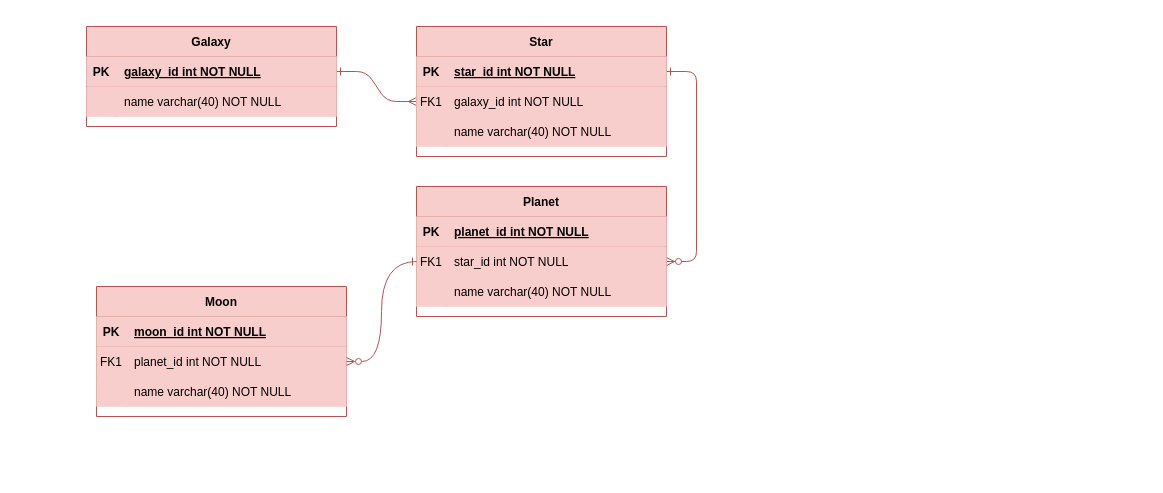
Above: Untitled Diagram.drawio in lrnewsom/learn-celestial-bodies-database (draw.io), before the change. Source tidied: cells renumbered, new cells numbered last; positions are measured from the earlier drawing's top-left corner, leaving out a move shared by most shapes. Both pictures are drawn from the tidied source at 100%, with x=0, y=0 at pixel (86, 26).
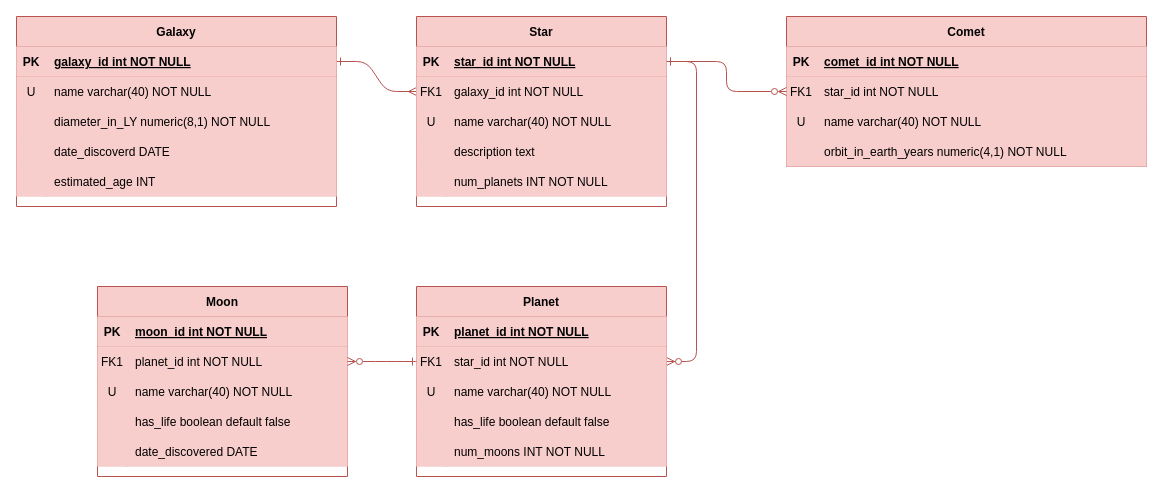
The same diagram, later.

The change refers to these unchanged cells:
```xml
<mxCell id="5" style="shape=partialRectangle;points=[[0,0.5],[1,0.5]];portConstraint=eastwest;top=0;left=0;right=0;bottom=1;fillColor=#f8cecc;strokeColor=#b85450;" parent="4" vertex="1">
  <mxGeometry y="30" width="250" height="30" as="geometry" />
</mxCell>
<mxCell id="11" style="shape=partialRectangle;top=0;left=0;right=0;bottom=0;fillColor=#f8cecc;strokeColor=#b85450;" parent="4" vertex="1">
  <mxGeometry y="90" width="250" height="30" as="geometry" />
</mxCell>
<mxCell id="21" style="shape=partialRectangle;top=0;left=0;right=0;bottom=0;fillColor=#f8cecc;strokeColor=#b85450;" parent="14" vertex="1">
  <mxGeometry y="90" width="250" height="30" as="geometry" />
</mxCell>
<mxCell id="38" style="shape=partialRectangle;top=0;left=0;right=0;bottom=0;fillColor=#f8cecc;strokeColor=#b85450;" parent="31" vertex="1">
  <mxGeometry y="90" width="250" height="30" as="geometry" />
</mxCell>
```

What changed in the source:
```diff
@@
     <mxCell id="4" value="Star" style="shape=table;startSize=30;childLayout=tableLayout;rowLines=0;fontStyle=1;align=center;fillColor=#f8cecc;strokeColor=#b85450;" parent="1" vertex="1">
-      <mxGeometry x="330" width="250" height="130" as="geometry" />
+      <mxGeometry x="330" y="-10" width="250" height="190" as="geometry" />
     </mxCell>
@@
-    <mxCell id="12" style="shape=partialRectangle;overflow=hidden;top=0;left=0;bottom=0;right=0;fillColor=#f8cecc;strokeColor=#b85450;" parent="11" vertex="1">
+    <mxCell id="12" value="U" style="shape=partialRectangle;overflow=hidden;top=0;left=0;bottom=0;right=0;fillColor=#f8cecc;strokeColor=#b85450;" parent="11" vertex="1">
       <mxGeometry width="30" height="30" as="geometry" />
     </mxCell>
@@
+    <mxCell id="42" style="shape=partialRectangle;top=0;left=0;right=0;bottom=0;fillColor=#f8cecc;strokeColor=#b85450;" parent="4" vertex="1">
+      <mxGeometry y="120" width="250" height="30" as="geometry" />
+    </mxCell>
+    <mxCell id="43" style="shape=partialRectangle;overflow=hidden;top=0;left=0;bottom=0;right=0;fillColor=#f8cecc;strokeColor=#b85450;" parent="42" vertex="1">
+      <mxGeometry width="30" height="30" as="geometry" />
+    </mxCell>
+    <mxCell id="44" value="description text" style="shape=partialRectangle;overflow=hidden;top=0;left=0;bottom=0;right=0;align=left;spacingLeft=6;fillColor=#f8cecc;strokeColor=#b85450;" parent="42" vertex="1">
+      <mxGeometry x="30" width="220" height="30" as="geometry" />
+    </mxCell>
+    <mxCell id="45" style="shape=partialRectangle;top=0;left=0;right=0;bottom=0;fillColor=#f8cecc;strokeColor=#b85450;" parent="4" vertex="1">
+      <mxGeometry y="150" width="250" height="30" as="geometry" />
+    </mxCell>
+    <mxCell id="46" style="shape=partialRectangle;overflow=hidden;top=0;left=0;bottom=0;right=0;fillColor=#f8cecc;strokeColor=#b85450;" parent="45" vertex="1">
+      <mxGeometry width="30" height="30" as="geometry" />
+    </mxCell>
+    <mxCell id="47" value="num_planets INT NOT NULL" style="shape=partialRectangle;overflow=hidden;top=0;left=0;bottom=0;right=0;align=left;spacingLeft=6;fillColor=#f8cecc;strokeColor=#b85450;" parent="45" vertex="1">
+      <mxGeometry x="30" width="220" height="30" as="geometry" />
+    </mxCell>
     <mxCell id="14" value="Planet" style="shape=table;startSize=30;childLayout=tableLayout;rowLines=0;fontStyle=1;align=center;fillColor=#f8cecc;strokeColor=#b85450;" parent="1" vertex="1">
-      <mxGeometry x="330" y="160" width="250" height="130" as="geometry" />
+      <mxGeometry x="330" y="260" width="250" height="190" as="geometry" />
     </mxCell>
@@
-    <mxCell id="22" style="shape=partialRectangle;overflow=hidden;top=0;left=0;bottom=0;right=0;fillColor=#f8cecc;strokeColor=#b85450;" parent="21" vertex="1">
+    <mxCell id="22" value="U" style="shape=partialRectangle;overflow=hidden;top=0;left=0;bottom=0;right=0;fillColor=#f8cecc;strokeColor=#b85450;" parent="21" vertex="1">
       <mxGeometry width="30" height="30" as="geometry" />
     </mxCell>
@@
+    <mxCell id="48" style="shape=partialRectangle;top=0;left=0;right=0;bottom=0;fillColor=#f8cecc;strokeColor=#b85450;" parent="14" vertex="1">
+      <mxGeometry y="120" width="250" height="30" as="geometry" />
+    </mxCell>
+    <mxCell id="49" style="shape=partialRectangle;overflow=hidden;top=0;left=0;bottom=0;right=0;fillColor=#f8cecc;strokeColor=#b85450;" parent="48" vertex="1">
+      <mxGeometry width="30" height="30" as="geometry" />
+    </mxCell>
+    <mxCell id="50" value="has_life boolean default false" style="shape=partialRectangle;overflow=hidden;top=0;left=0;bottom=0;right=0;align=left;spacingLeft=6;fillColor=#f8cecc;strokeColor=#b85450;" parent="48" vertex="1">
+      <mxGeometry x="30" width="220" height="30" as="geometry" />
+    </mxCell>
+    <mxCell id="51" style="shape=partialRectangle;top=0;left=0;right=0;bottom=0;fillColor=#f8cecc;strokeColor=#b85450;" parent="14" vertex="1">
+      <mxGeometry y="150" width="250" height="30" as="geometry" />
+    </mxCell>
+    <mxCell id="52" style="shape=partialRectangle;overflow=hidden;top=0;left=0;bottom=0;right=0;fillColor=#f8cecc;strokeColor=#b85450;" parent="51" vertex="1">
+      <mxGeometry width="30" height="30" as="geometry" />
+    </mxCell>
+    <mxCell id="53" value="num_moons INT NOT NULL" style="shape=partialRectangle;overflow=hidden;top=0;left=0;bottom=0;right=0;align=left;spacingLeft=6;fillColor=#f8cecc;strokeColor=#b85450;" parent="51" vertex="1">
+      <mxGeometry x="30" width="220" height="30" as="geometry" />
+    </mxCell>
     <mxCell id="24" value="Galaxy" style="shape=table;startSize=30;childLayout=tableLayout;rowLines=0;fontStyle=1;align=center;fillColor=#f8cecc;strokeColor=#b85450;" parent="1" vertex="1">
-      <mxGeometry width="250" height="100" as="geometry" />
+      <mxGeometry x="-70" y="-10" width="320" height="190" as="geometry" />
     </mxCell>
     <mxCell id="25" style="shape=partialRectangle;points=[[0,0.5],[1,0.5]];portConstraint=eastwest;top=0;left=0;right=0;bottom=1;fillColor=#f8cecc;strokeColor=#b85450;" parent="24" vertex="1">
-      <mxGeometry y="30" width="250" height="30" as="geometry" />
+      <mxGeometry y="30" width="320" height="30" as="geometry" />
     </mxCell>
@@
     <mxCell id="27" value="galaxy_id int NOT NULL " style="shape=partialRectangle;overflow=hidden;top=0;left=0;bottom=0;right=0;align=left;spacingLeft=6;fontStyle=5;fillColor=#f8cecc;strokeColor=#b85450;" parent="25" vertex="1">
-      <mxGeometry x="30" width="220" height="30" as="geometry" />
+      <mxGeometry x="30" width="290" height="30" as="geometry" />
     </mxCell>
     <mxCell id="28" style="shape=partialRectangle;top=0;left=0;right=0;bottom=0;fillColor=#f8cecc;strokeColor=#b85450;" parent="24" vertex="1">
-      <mxGeometry y="60" width="250" height="30" as="geometry" />
+      <mxGeometry y="60" width="320" height="30" as="geometry" />
     </mxCell>
-    <mxCell id="29" style="shape=partialRectangle;overflow=hidden;top=0;left=0;bottom=0;right=0;fillColor=#f8cecc;strokeColor=#b85450;" parent="28" vertex="1">
+    <mxCell id="29" value="U" style="shape=partialRectangle;overflow=hidden;top=0;left=0;bottom=0;right=0;fillColor=#f8cecc;strokeColor=#b85450;" parent="28" vertex="1">
       <mxGeometry width="30" height="30" as="geometry" />
     </mxCell>
     <mxCell id="30" value="name varchar(40) NOT NULL" style="shape=partialRectangle;overflow=hidden;top=0;left=0;bottom=0;right=0;align=left;spacingLeft=6;fillColor=#f8cecc;strokeColor=#b85450;" parent="28" vertex="1">
-      <mxGeometry x="30" width="220" height="30" as="geometry" />
+      <mxGeometry x="30" width="290" height="30" as="geometry" />
     </mxCell>
+    <mxCell id="54" style="shape=partialRectangle;top=0;left=0;right=0;bottom=0;fillColor=#f8cecc;strokeColor=#b85450;" parent="24" vertex="1">
+      <mxGeometry y="90" width="320" height="30" as="geometry" />
+    </mxCell>
+    <mxCell id="55" style="shape=partialRectangle;overflow=hidden;top=0;left=0;bottom=0;right=0;fillColor=#f8cecc;strokeColor=#b85450;" parent="54" vertex="1">
+      <mxGeometry width="30" height="30" as="geometry" />
+    </mxCell>
+    <mxCell id="56" value="diameter_in_LY numeric(8,1) NOT NULL" style="shape=partialRectangle;overflow=hidden;top=0;left=0;bottom=0;right=0;align=left;spacingLeft=6;fillColor=#f8cecc;strokeColor=#b85450;" parent="54" vertex="1">
+      <mxGeometry x="30" width="290" height="30" as="geometry" />
+    </mxCell>
+    <mxCell id="57" style="shape=partialRectangle;top=0;left=0;right=0;bottom=0;fillColor=#f8cecc;strokeColor=#b85450;" parent="24" vertex="1">
+      <mxGeometry y="120" width="320" height="30" as="geometry" />
+    </mxCell>
+    <mxCell id="58" style="shape=partialRectangle;overflow=hidden;top=0;left=0;bottom=0;right=0;fillColor=#f8cecc;strokeColor=#b85450;" parent="57" vertex="1">
+      <mxGeometry width="30" height="30" as="geometry" />
+    </mxCell>
+    <mxCell id="59" value="date_discoverd DATE" style="shape=partialRectangle;overflow=hidden;top=0;left=0;bottom=0;right=0;align=left;spacingLeft=6;fillColor=#f8cecc;strokeColor=#b85450;" parent="57" vertex="1">
+      <mxGeometry x="30" width="290" height="30" as="geometry" />
+    </mxCell>
+    <mxCell id="60" style="shape=partialRectangle;top=0;left=0;right=0;bottom=0;fillColor=#f8cecc;strokeColor=#b85450;" parent="24" vertex="1">
+      <mxGeometry y="150" width="320" height="30" as="geometry" />
+    </mxCell>
+    <mxCell id="61" style="shape=partialRectangle;overflow=hidden;top=0;left=0;bottom=0;right=0;fillColor=#f8cecc;strokeColor=#b85450;" parent="60" vertex="1">
+      <mxGeometry width="30" height="30" as="geometry" />
+    </mxCell>
+    <mxCell id="62" value="estimated_age INT" style="shape=partialRectangle;overflow=hidden;top=0;left=0;bottom=0;right=0;align=left;spacingLeft=6;fillColor=#f8cecc;strokeColor=#b85450;" parent="60" vertex="1">
+      <mxGeometry x="30" width="290" height="30" as="geometry" />
+    </mxCell>
     <mxCell id="31" value="Moon" style="shape=table;startSize=30;childLayout=tableLayout;rowLines=0;fontStyle=1;align=center;fillColor=#f8cecc;strokeColor=#b85450;" parent="1" vertex="1">
-      <mxGeometry x="10" y="260" width="250" height="130" as="geometry" />
+      <mxGeometry x="11" y="260" width="250" height="190" as="geometry" />
     </mxCell>
@@
-    <mxCell id="39" style="shape=partialRectangle;overflow=hidden;top=0;left=0;bottom=0;right=0;fillColor=#f8cecc;strokeColor=#b85450;" parent="38" vertex="1">
+    <mxCell id="39" value="U" style="shape=partialRectangle;overflow=hidden;top=0;left=0;bottom=0;right=0;fillColor=#f8cecc;strokeColor=#b85450;" parent="38" vertex="1">
       <mxGeometry width="30" height="30" as="geometry" />
     </mxCell>
@@
+    <mxCell id="63" style="shape=partialRectangle;top=0;left=0;right=0;bottom=0;fillColor=#f8cecc;strokeColor=#b85450;" parent="31" vertex="1">
+      <mxGeometry y="120" width="250" height="30" as="geometry" />
+    </mxCell>
+    <mxCell id="64" style="shape=partialRectangle;overflow=hidden;top=0;left=0;bottom=0;right=0;fillColor=#f8cecc;strokeColor=#b85450;" parent="63" vertex="1">
+      <mxGeometry width="30" height="30" as="geometry" />
+    </mxCell>
+    <mxCell id="65" value="has_life boolean default false" style="shape=partialRectangle;overflow=hidden;top=0;left=0;bottom=0;right=0;align=left;spacingLeft=6;fillColor=#f8cecc;strokeColor=#b85450;" parent="63" vertex="1">
+      <mxGeometry x="30" width="220" height="30" as="geometry" />
+    </mxCell>
+    <mxCell id="66" style="shape=partialRectangle;top=0;left=0;right=0;bottom=0;fillColor=#f8cecc;strokeColor=#b85450;" parent="31" vertex="1">
+      <mxGeometry y="150" width="250" height="30" as="geometry" />
+    </mxCell>
+    <mxCell id="67" style="shape=partialRectangle;overflow=hidden;top=0;left=0;bottom=0;right=0;fillColor=#f8cecc;strokeColor=#b85450;" parent="66" vertex="1">
+      <mxGeometry width="30" height="30" as="geometry" />
+    </mxCell>
+    <mxCell id="68" value="date_discovered DATE" style="shape=partialRectangle;overflow=hidden;top=0;left=0;bottom=0;right=0;align=left;spacingLeft=6;fillColor=#f8cecc;strokeColor=#b85450;" parent="66" vertex="1">
+      <mxGeometry x="30" width="220" height="30" as="geometry" />
+    </mxCell>
@@
+    <mxCell id="69" value="Comet" style="shape=table;startSize=30;childLayout=tableLayout;rowLines=0;fontStyle=1;align=center;fillColor=#f8cecc;strokeColor=#b85450;" parent="1" vertex="1">
+      <mxGeometry x="700" y="-10" width="360" height="150" as="geometry" />
+    </mxCell>
+    <mxCell id="70" style="shape=partialRectangle;top=0;left=0;right=0;bottom=1;fillColor=#f8cecc;strokeColor=#b85450;" parent="69" vertex="1">
+      <mxGeometry y="30" width="360" height="30" as="geometry" />
+    </mxCell>
+    <mxCell id="71" value="PK" style="shape=partialRectangle;overflow=hidden;top=0;left=0;bottom=0;right=0;fontStyle=1;fillColor=#f8cecc;strokeColor=#b85450;" parent="70" vertex="1">
+      <mxGeometry width="30" height="30" as="geometry" />
+    </mxCell>
+    <mxCell id="72" value="comet_id int NOT NULL " style="shape=partialRectangle;overflow=hidden;top=0;left=0;bottom=0;right=0;align=left;spacingLeft=6;fontStyle=5;fillColor=#f8cecc;strokeColor=#b85450;" parent="70" vertex="1">
+      <mxGeometry x="30" width="330" height="30" as="geometry" />
+    </mxCell>
+    <mxCell id="73" style="shape=partialRectangle;points=[[0,0.5],[1,0.5]];portConstraint=eastwest;top=0;left=0;right=0;bottom=0;fillColor=#f8cecc;strokeColor=#b85450;" parent="69" vertex="1">
+      <mxGeometry y="60" width="360" height="30" as="geometry" />
+    </mxCell>
+    <mxCell id="74" value="FK1" style="shape=partialRectangle;overflow=hidden;top=0;left=0;bottom=0;right=0;fillColor=#f8cecc;strokeColor=#b85450;" parent="73" vertex="1">
+      <mxGeometry width="30" height="30" as="geometry" />
+    </mxCell>
+    <mxCell id="75" value="star_id int NOT NULL" style="shape=partialRectangle;overflow=hidden;top=0;left=0;bottom=0;right=0;align=left;spacingLeft=6;fillColor=#f8cecc;strokeColor=#b85450;" parent="73" vertex="1">
+      <mxGeometry x="30" width="330" height="30" as="geometry" />
+    </mxCell>
+    <mxCell id="76" style="shape=partialRectangle;top=0;left=0;right=0;bottom=0;fillColor=#f8cecc;strokeColor=#b85450;" parent="69" vertex="1">
+      <mxGeometry y="90" width="360" height="30" as="geometry" />
+    </mxCell>
+    <mxCell id="77" value="U" style="shape=partialRectangle;overflow=hidden;top=0;left=0;bottom=0;right=0;fillColor=#f8cecc;strokeColor=#b85450;" parent="76" vertex="1">
+      <mxGeometry width="30" height="30" as="geometry" />
+    </mxCell>
+    <mxCell id="78" value="name varchar(40) NOT NULL" style="shape=partialRectangle;overflow=hidden;top=0;left=0;bottom=0;right=0;align=left;spacingLeft=6;fillColor=#f8cecc;strokeColor=#b85450;" parent="76" vertex="1">
+      <mxGeometry x="30" width="330" height="30" as="geometry" />
+    </mxCell>
+    <mxCell id="79" style="shape=partialRectangle;top=0;left=0;right=0;bottom=0;fillColor=#f8cecc;strokeColor=#b85450;" parent="69" vertex="1">
+      <mxGeometry y="120" width="360" height="30" as="geometry" />
+    </mxCell>
+    <mxCell id="80" style="shape=partialRectangle;overflow=hidden;top=0;left=0;bottom=0;right=0;fillColor=#f8cecc;strokeColor=#b85450;" parent="79" vertex="1">
+      <mxGeometry width="30" height="30" as="geometry" />
+    </mxCell>
+    <mxCell id="81" value="orbit_in_earth_years numeric(4,1) NOT NULL" style="shape=partialRectangle;overflow=hidden;top=0;left=0;bottom=0;right=0;align=left;spacingLeft=6;fillColor=#f8cecc;strokeColor=#b85450;" parent="79" vertex="1">
+      <mxGeometry x="30" width="330" height="30" as="geometry" />
+    </mxCell>
+    <mxCell id="82" style="edgeStyle=orthogonalEdgeStyle;rounded=1;jettySize=auto;html=1;entryX=0;entryY=0.5;entryDx=0;entryDy=0;fillColor=#f8cecc;strokeColor=#b85450;curved=0;endArrow=ERzeroToMany;endFill=0;startArrow=ERone;startFill=0;" parent="1" edge="1" source="5" target="73">
+      <mxGeometry relative="1" as="geometry" />
+    </mxCell>
```
